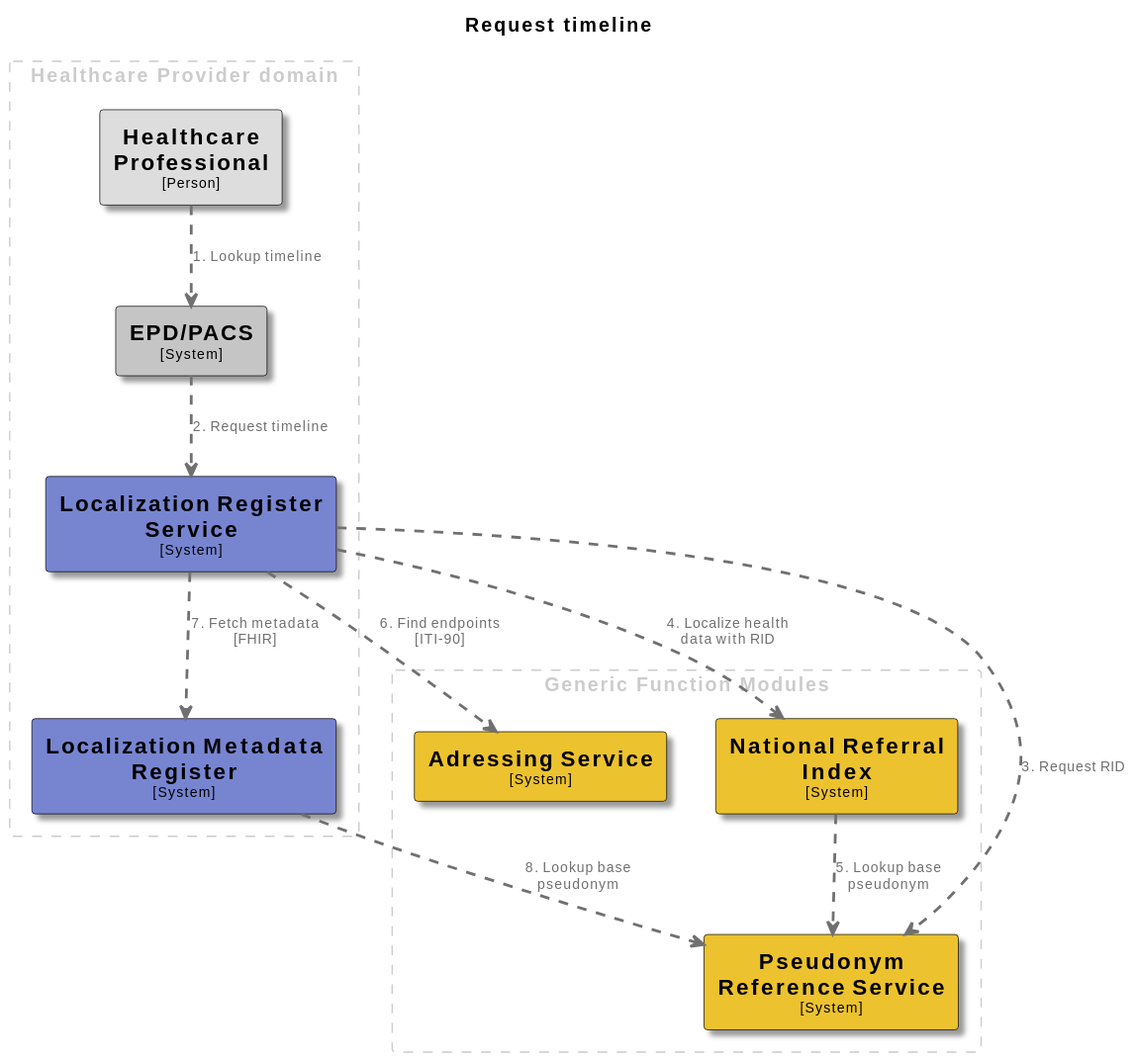
minvws/gfmodules-coordination keeps this PlantUML diagram as docs/images/structurizr-RequestTimeline.svg. Above is the earlier version.
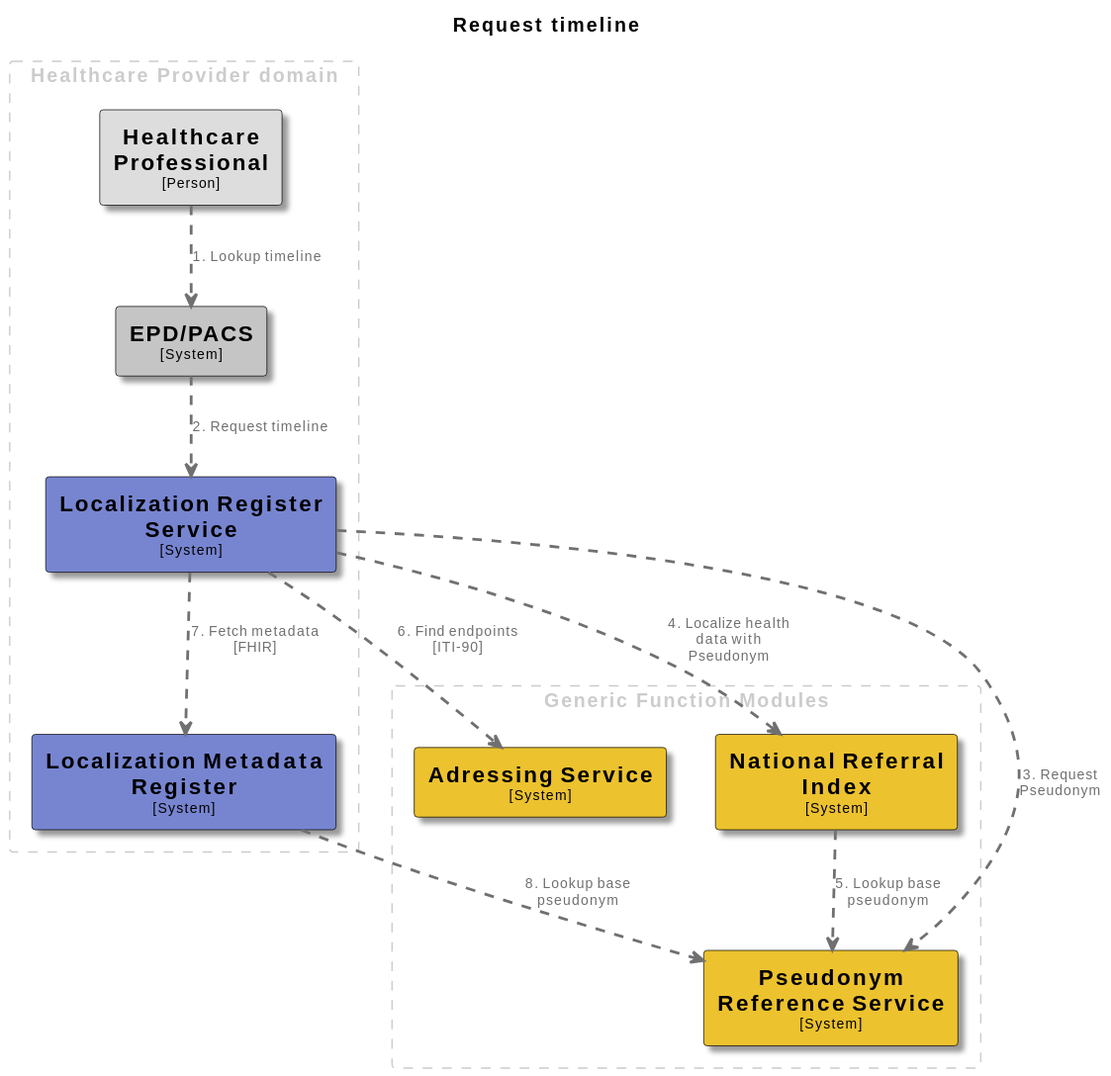
Above is the later version.

Diff of the diagram source:
```diff
@@ -79,8 +79,8 @@
 
 HealthcareProfessional .[#707070,thickness=2].> EPDPACS : "<color:#707070>1. Lookup timeline"
 EPDPACS .[#707070,thickness=2].> LocalizationRegisterService : "<color:#707070>2. Request timeline"
-LocalizationRegisterService .[#707070,thickness=2].> PseudonymReferenceService : "<color:#707070>3. Request RID"
-LocalizationRegisterService .[#707070,thickness=2].> NationalReferralIndex : "<color:#707070>4. Localize health data with RID"
+LocalizationRegisterService .[#707070,thickness=2].> PseudonymReferenceService : "<color:#707070>3. Request Pseudonym"
+LocalizationRegisterService .[#707070,thickness=2].> NationalReferralIndex : "<color:#707070>4. Localize health data with Pseudonym"
 NationalReferralIndex .[#707070,thickness=2].> PseudonymReferenceService : "<color:#707070>5. Lookup base pseudonym"
 LocalizationRegisterService .[#707070,thickness=2].> AdressingService : "<color:#707070>6. Find endpoints [ITI-90]"
 LocalizationRegisterService .[#707070,thickness=2].> LocalizationMetadataRegister : "<color:#707070>7. Fetch metadata [FHIR]"
```
